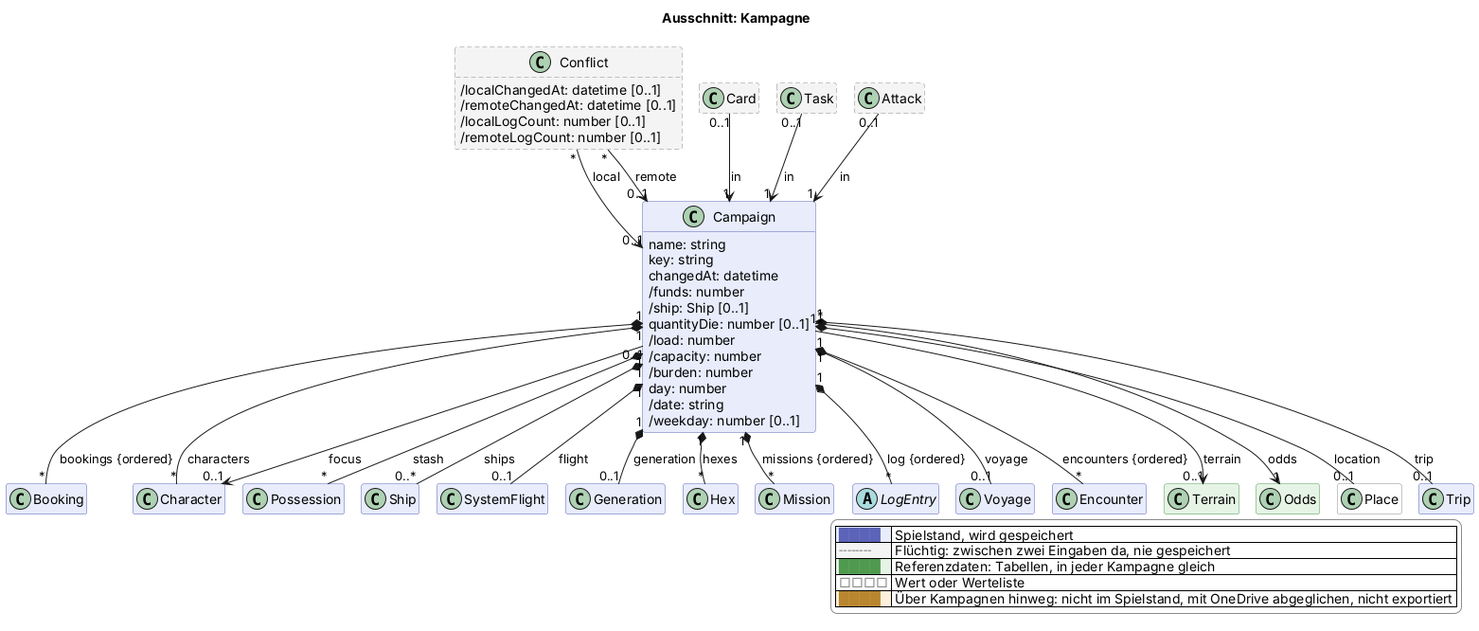
Above: docs/views/kampagne.png in scuzzar/SRE (PlantUML), before the change.
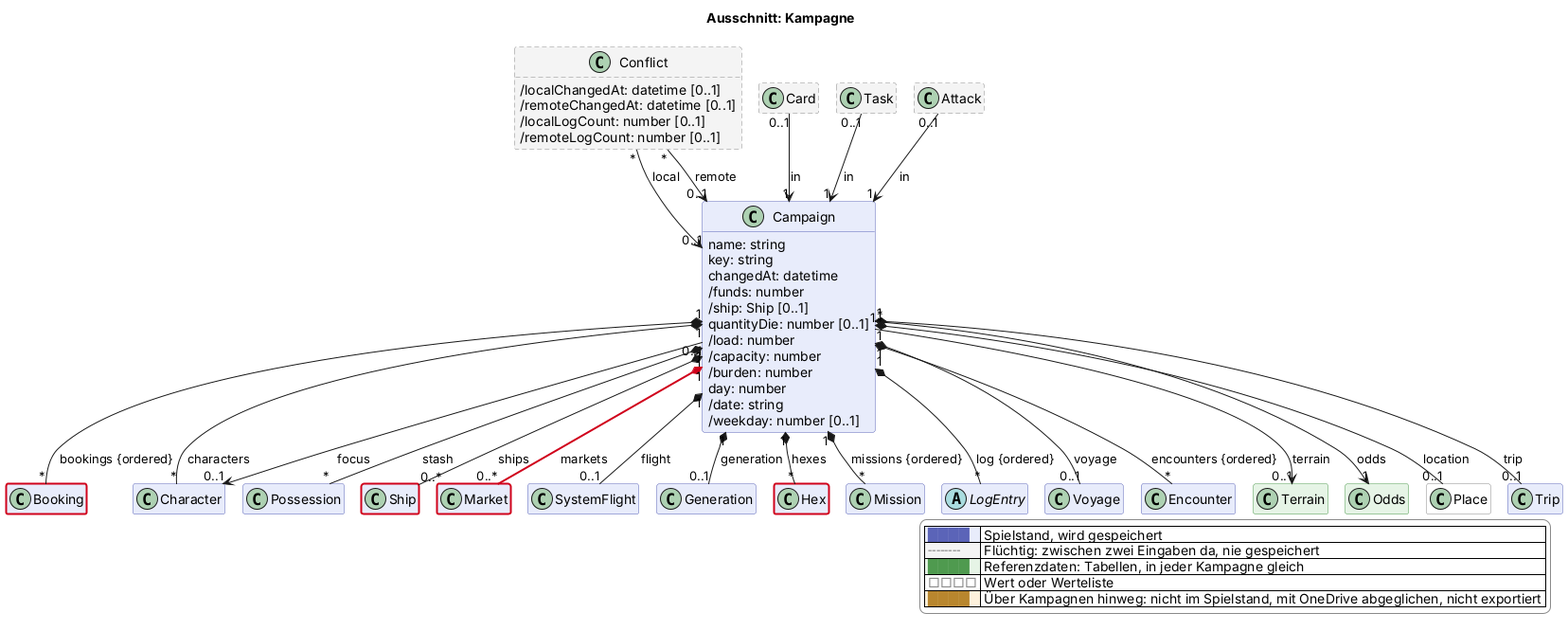
After the change.

What changed in the source:
```diff
@@ -89,6 +89,8 @@
 
   class Ship $schiffe
 
+  class Market $handel $newClass("2026-11-27")
+
   class SystemFlight $raum
 
   class Generation $erschaffung
@@ -128,6 +130,8 @@
 
 Campaign "1" *-- "0..*" Ship : ships
 
+Campaign "1" *-$newArrow("2026-11-27")- "0..*" Market : markets
+
 Campaign "1" *-- "0..1" SystemFlight : flight
 
 Campaign "1" *-- "0..1" Voyage : voyage
@@ -160,4 +164,7 @@
   |<#ffffff> <color:#8a8a8a>□□□□</color> | Wert oder Werteliste |
   |<#fdf1dc> <color:#b8862e>████</color> | Über Kampagnen hinweg: nicht im Spielstand, mit OneDrive abgeglichen, nicht exportiert |
 endlegend
+class Booking #line:d0021b;line.bold
+class Ship #line:d0021b;line.bold
+class Hex #line:d0021b;line.bold
 @enduml
```
